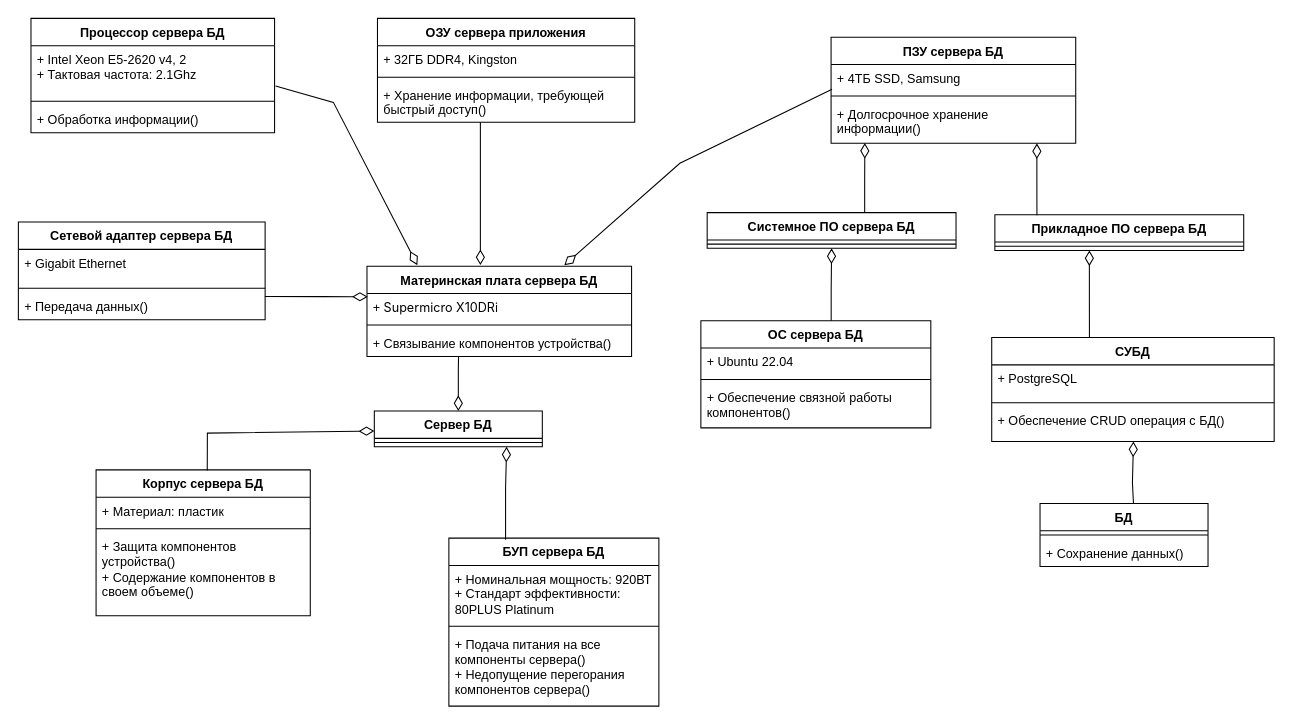
Earlier version of the draw.io diagram Определение проекта АИС "Сервер БД".drawio (hiff0/db-city-council). Source tidied: cells renumbered, new cells numbered last; positions are measured from the earlier drawing's top-left corner, leaving out a move shared by most shapes. Both pictures are drawn from the tidied source at 105%, with x=0, y=0 at pixel (18, 18).
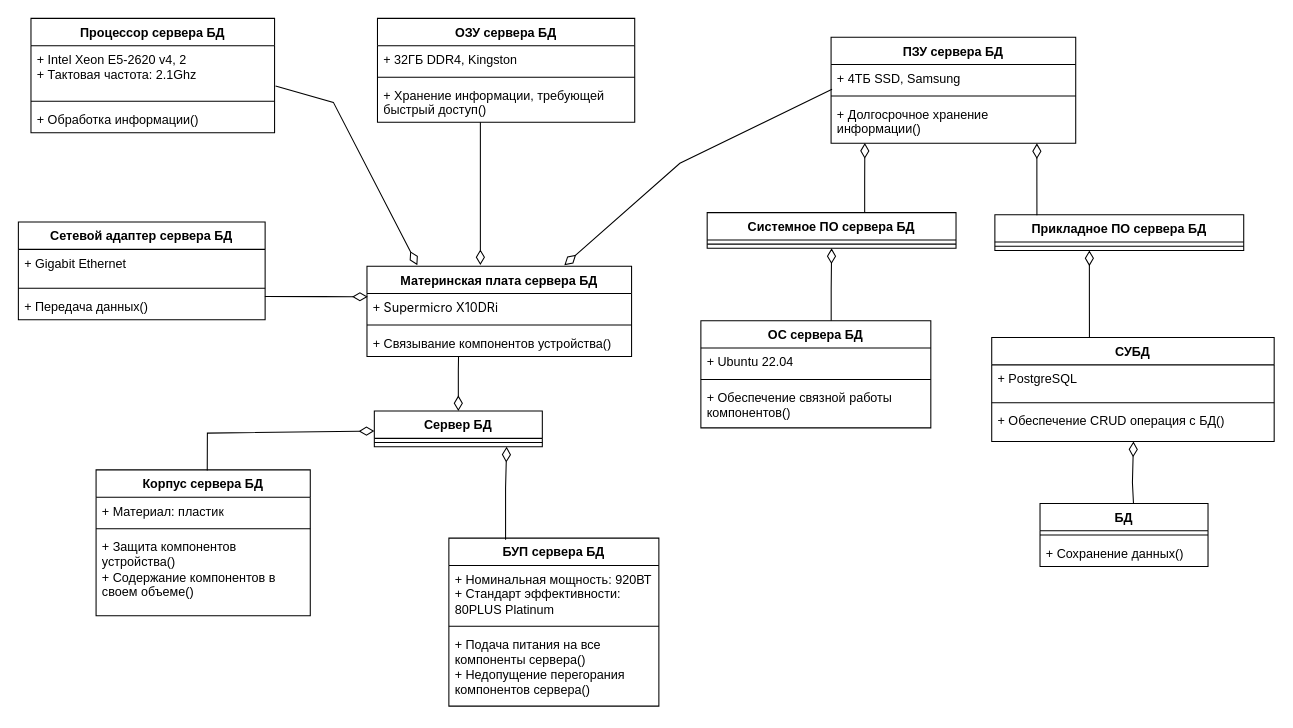
Above is the later version.

Change to the diagram source:
```diff
@@
-    <mxCell id="16" value="ОЗУ сервера приложения" style="swimlane;fontStyle=1;align=center;verticalAlign=top;horizontal=1;startSize=26;whiteSpace=wrap;html=1;" parent="1" vertex="1">
+    <mxCell id="16" value="ОЗУ сервера БД" style="swimlane;fontStyle=1;align=center;verticalAlign=top;horizontal=1;startSize=26;whiteSpace=wrap;html=1;" parent="1" vertex="1">
       <mxGeometry x="342" width="245" height="99" as="geometry" />
     </mxCell>
```
